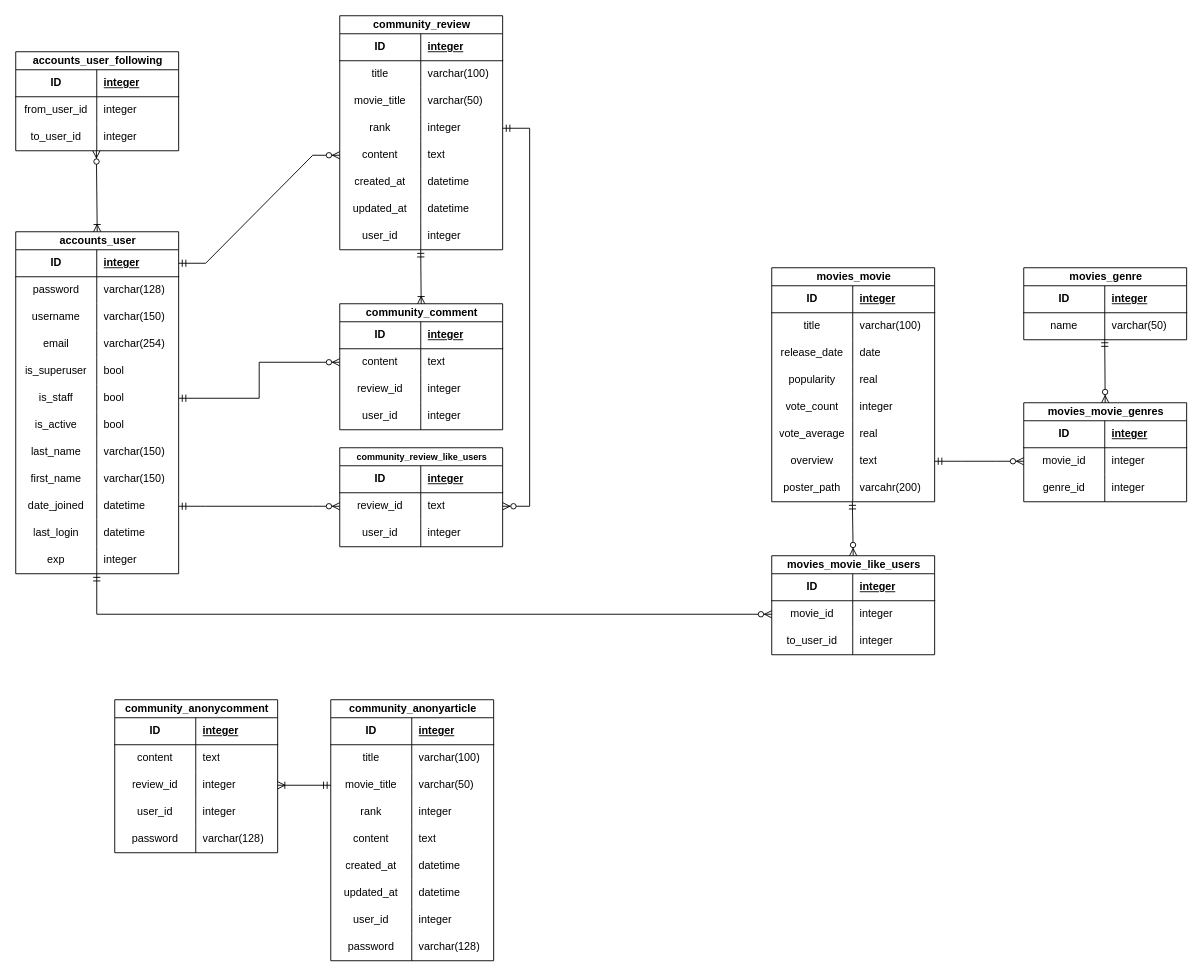
Earlier version of the draw.io diagram MOVIE_ERD.drawio (KimBeomGi/KimMovie). Source tidied: cells renumbered, new cells numbered last; positions are measured from the earlier drawing's top-left corner, leaving out a move shared by most shapes. Both pictures are drawn from the tidied source at 90%, with x=0, y=0 at pixel (15, 15).
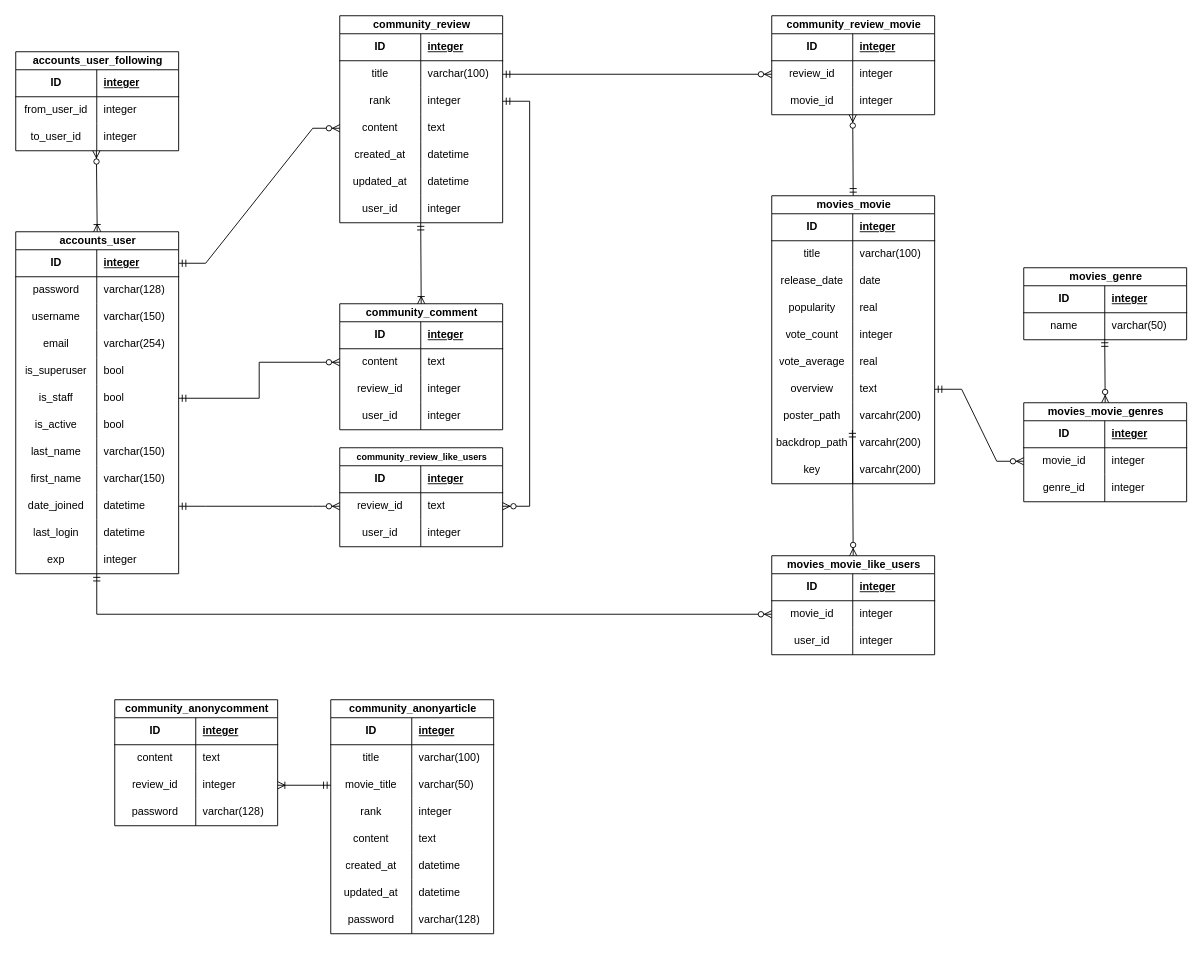
After the change.

Unchanged cells that the change refers to:
```xml
<mxCell id="68" style="shape=tableRow;horizontal=0;startSize=0;swimlaneHead=0;swimlaneBody=0;fillColor=none;points=[[0,0.5],[1,0.5]];portConstraint=eastwest;top=0;left=0;right=0;bottom=0;labelBackgroundColor=none;" parent="64" vertex="1">
  <mxGeometry y="50" width="181" height="30" as="geometry" />
</mxCell>
<mxCell id="154" style="shape=tableRow;horizontal=0;startSize=0;swimlaneHead=0;swimlaneBody=0;fillColor=none;top=0;left=0;right=0;bottom=0;labelBackgroundColor=none;" parent="147" vertex="1">
  <mxGeometry y="80" width="181" height="30" as="geometry" />
</mxCell>
```

What changed in the source:
```diff
@@
     <mxCell id="39" value="movies_movie" style="shape=table;startSize=20;childLayout=tableLayout;rowLines=0;fontStyle=1;align=center;html=1;labelBackgroundColor=none;" parent="1" vertex="1">
-      <mxGeometry x="840" y="280" width="181" height="260" as="geometry" />
+      <mxGeometry x="840" y="200" width="181" height="320" as="geometry" />
     </mxCell>
@@
+    <mxCell id="204" style="shape=tableRow;horizontal=0;startSize=0;swimlaneHead=0;swimlaneBody=0;fillColor=none;top=0;left=0;right=0;bottom=0;labelBackgroundColor=none;" parent="39" vertex="1">
+      <mxGeometry y="260" width="181" height="30" as="geometry" />
+    </mxCell>
+    <mxCell id="205" value="backdrop_path" style="shape=partialRectangle;fillColor=none;top=0;left=0;bottom=0;right=0;overflow=hidden;whiteSpace=wrap;html=1;labelBackgroundColor=none;" parent="204" vertex="1">
+      <mxGeometry width="90" height="30" as="geometry" />
+    </mxCell>
+    <mxCell id="206" value="varcahr(200)" style="shape=partialRectangle;fillColor=none;top=0;left=0;bottom=0;right=0;align=left;spacingLeft=6;overflow=hidden;whiteSpace=wrap;html=1;labelBackgroundColor=none;" parent="204" vertex="1">
+      <mxGeometry x="90" width="91" height="30" as="geometry" />
+    </mxCell>
+    <mxCell id="207" style="shape=tableRow;horizontal=0;startSize=0;swimlaneHead=0;swimlaneBody=0;fillColor=none;top=0;left=0;right=0;bottom=0;labelBackgroundColor=none;" parent="39" vertex="1">
+      <mxGeometry y="290" width="181" height="30" as="geometry" />
+    </mxCell>
+    <mxCell id="208" value="key" style="shape=partialRectangle;fillColor=none;top=0;left=0;bottom=0;right=0;overflow=hidden;whiteSpace=wrap;html=1;labelBackgroundColor=none;" parent="207" vertex="1">
+      <mxGeometry width="90" height="30" as="geometry" />
+    </mxCell>
+    <mxCell id="209" value="varcahr(200)" style="shape=partialRectangle;fillColor=none;top=0;left=0;bottom=0;right=0;align=left;spacingLeft=6;overflow=hidden;whiteSpace=wrap;html=1;labelBackgroundColor=none;" parent="207" vertex="1">
+      <mxGeometry x="90" width="91" height="30" as="geometry" />
+    </mxCell>
     <mxCell id="64" value="community_review" style="shape=table;startSize=20;childLayout=tableLayout;rowLines=0;fontStyle=1;align=center;html=1;labelBackgroundColor=none;" parent="1" vertex="1">
-      <mxGeometry x="360" width="181" height="260" as="geometry" />
+      <mxGeometry x="360" width="181" height="230" as="geometry" />
     </mxCell>
@@
-    <mxCell id="71" style="shape=tableRow;horizontal=0;startSize=0;swimlaneHead=0;swimlaneBody=0;fillColor=none;points=[[0,0.5],[1,0.5]];portConstraint=eastwest;top=0;left=0;right=0;bottom=0;labelBackgroundColor=none;" parent="64" vertex="1">
-      <mxGeometry y="80" width="181" height="30" as="geometry" />
-    </mxCell>
-    <mxCell id="72" value="movie_title" style="shape=partialRectangle;fillColor=none;top=0;left=0;bottom=0;right=0;overflow=hidden;whiteSpace=wrap;html=1;labelBackgroundColor=none;" parent="71" vertex="1">
-      <mxGeometry width="90" height="30" as="geometry" />
-    </mxCell>
-    <mxCell id="73" value="varchar(50)" style="shape=partialRectangle;fillColor=none;top=0;left=0;bottom=0;right=0;align=left;spacingLeft=6;overflow=hidden;whiteSpace=wrap;html=1;labelBackgroundColor=none;" parent="71" vertex="1">
-      <mxGeometry x="90" width="91" height="30" as="geometry" />
-    </mxCell>
     <mxCell id="74" style="shape=tableRow;horizontal=0;startSize=0;swimlaneHead=0;swimlaneBody=0;fillColor=none;points=[[0,0.5],[1,0.5]];portConstraint=eastwest;top=0;left=0;right=0;bottom=0;labelBackgroundColor=none;" parent="64" vertex="1">
-      <mxGeometry y="110" width="181" height="30" as="geometry" />
+      <mxGeometry y="80" width="181" height="30" as="geometry" />
     </mxCell>
@@
     <mxCell id="77" style="shape=tableRow;horizontal=0;startSize=0;swimlaneHead=0;swimlaneBody=0;fillColor=none;points=[[0,0.5],[1,0.5]];portConstraint=eastwest;top=0;left=0;right=0;bottom=0;labelBackgroundColor=none;" parent="64" vertex="1">
-      <mxGeometry y="140" width="181" height="30" as="geometry" />
+      <mxGeometry y="110" width="181" height="30" as="geometry" />
     </mxCell>
@@
     <mxCell id="80" style="shape=tableRow;horizontal=0;startSize=0;swimlaneHead=0;swimlaneBody=0;fillColor=none;top=0;left=0;right=0;bottom=0;labelBackgroundColor=none;" parent="64" vertex="1">
-      <mxGeometry y="170" width="181" height="30" as="geometry" />
+      <mxGeometry y="140" width="181" height="30" as="geometry" />
     </mxCell>
@@
     <mxCell id="83" style="shape=tableRow;horizontal=0;startSize=0;swimlaneHead=0;swimlaneBody=0;fillColor=none;top=0;left=0;right=0;bottom=0;labelBackgroundColor=none;" parent="64" vertex="1">
-      <mxGeometry y="200" width="181" height="30" as="geometry" />
+      <mxGeometry y="170" width="181" height="30" as="geometry" />
     </mxCell>
@@
     <mxCell id="86" style="shape=tableRow;horizontal=0;startSize=0;swimlaneHead=0;swimlaneBody=0;fillColor=none;points=[[0,0.5],[1,0.5]];portConstraint=eastwest;top=0;left=0;right=0;bottom=0;labelBackgroundColor=none;" parent="64" vertex="1">
-      <mxGeometry y="230" width="181" height="30" as="geometry" />
+      <mxGeometry y="200" width="181" height="30" as="geometry" />
     </mxCell>
@@
-    <mxCell id="155" value="to_user_id" style="shape=partialRectangle;fillColor=none;top=0;left=0;bottom=0;right=0;overflow=hidden;whiteSpace=wrap;html=1;labelBackgroundColor=none;" parent="154" vertex="1">
+    <mxCell id="155" value="user_id" style="shape=partialRectangle;fillColor=none;top=0;left=0;bottom=0;right=0;overflow=hidden;whiteSpace=wrap;html=1;labelBackgroundColor=none;" parent="154" vertex="1">
       <mxGeometry width="90" height="30" as="geometry" />
     </mxCell>
@@
     <mxCell id="159" value="community_anonyarticle" style="shape=table;startSize=20;childLayout=tableLayout;rowLines=0;fontStyle=1;align=center;html=1;labelBackgroundColor=none;" parent="1" vertex="1">
-      <mxGeometry x="350" y="760" width="181" height="290" as="geometry" />
+      <mxGeometry x="350" y="760" width="181" height="260" as="geometry" />
     </mxCell>
@@
-    <mxCell id="181" style="shape=tableRow;horizontal=0;startSize=0;swimlaneHead=0;swimlaneBody=0;fillColor=none;top=0;left=0;right=0;bottom=0;labelBackgroundColor=none;" parent="159" vertex="1">
-      <mxGeometry y="230" width="181" height="30" as="geometry" />
-    </mxCell>
-    <mxCell id="182" value="user_id" style="shape=partialRectangle;fillColor=none;top=0;left=0;bottom=0;right=0;overflow=hidden;whiteSpace=wrap;html=1;labelBackgroundColor=none;" parent="181" vertex="1">
-      <mxGeometry width="90" height="30" as="geometry" />
-    </mxCell>
-    <mxCell id="183" value="integer" style="shape=partialRectangle;fillColor=none;top=0;left=0;bottom=0;right=0;align=left;spacingLeft=6;overflow=hidden;whiteSpace=wrap;html=1;labelBackgroundColor=none;" parent="181" vertex="1">
-      <mxGeometry x="90" width="91" height="30" as="geometry" />
-    </mxCell>
     <mxCell id="184" style="shape=tableRow;horizontal=0;startSize=0;swimlaneHead=0;swimlaneBody=0;fillColor=none;top=0;left=0;right=0;bottom=0;labelBackgroundColor=none;" parent="159" vertex="1">
-      <mxGeometry y="260" width="181" height="30" as="geometry" />
+      <mxGeometry y="230" width="181" height="30" as="geometry" />
     </mxCell>
@@
     <mxCell id="187" value="community_anonycomment" style="shape=table;startSize=20;childLayout=tableLayout;rowLines=0;fontStyle=1;align=center;html=1;labelBackgroundColor=none;" parent="1" vertex="1">
-      <mxGeometry x="110" y="760" width="181" height="170" as="geometry" />
+      <mxGeometry x="110" y="760" width="181" height="140" as="geometry" />
     </mxCell>
@@
-    <mxCell id="197" style="shape=tableRow;horizontal=0;startSize=0;swimlaneHead=0;swimlaneBody=0;fillColor=none;top=0;left=0;right=0;bottom=0;labelBackgroundColor=none;" parent="187" vertex="1">
-      <mxGeometry y="110" width="181" height="30" as="geometry" />
-    </mxCell>
-    <mxCell id="198" value="user_id" style="shape=partialRectangle;fillColor=none;top=0;left=0;bottom=0;right=0;overflow=hidden;whiteSpace=wrap;html=1;labelBackgroundColor=none;" parent="197" vertex="1">
-      <mxGeometry width="90" height="30" as="geometry" />
-    </mxCell>
-    <mxCell id="199" value="integer" style="shape=partialRectangle;fillColor=none;top=0;left=0;bottom=0;right=0;align=left;spacingLeft=6;overflow=hidden;whiteSpace=wrap;html=1;labelBackgroundColor=none;" parent="197" vertex="1">
-      <mxGeometry x="90" width="91" height="30" as="geometry" />
-    </mxCell>
     <mxCell id="200" style="shape=tableRow;horizontal=0;startSize=0;swimlaneHead=0;swimlaneBody=0;fillColor=none;top=0;left=0;right=0;bottom=0;labelBackgroundColor=none;" parent="187" vertex="1">
-      <mxGeometry y="140" width="181" height="30" as="geometry" />
+      <mxGeometry y="110" width="181" height="30" as="geometry" />
     </mxCell>
@@
+    <mxCell id="210" value="community_review_movie" style="shape=table;startSize=20;childLayout=tableLayout;rowLines=0;fontStyle=1;align=center;html=1;labelBackgroundColor=none;" parent="1" vertex="1">
+      <mxGeometry x="840" width="181" height="110" as="geometry" />
+    </mxCell>
+    <mxCell id="211" style="shape=tableRow;horizontal=0;startSize=0;swimlaneHead=0;swimlaneBody=0;fillColor=none;top=0;left=0;right=0;bottom=1;labelBackgroundColor=none;" parent="210" vertex="1">
+      <mxGeometry y="20" width="181" height="30" as="geometry" />
+    </mxCell>
+    <mxCell id="212" value="ID" style="shape=partialRectangle;fillColor=none;top=0;left=0;bottom=0;right=0;fontStyle=1;overflow=hidden;whiteSpace=wrap;html=1;labelBackgroundColor=none;" parent="211" vertex="1">
+      <mxGeometry width="90" height="30" as="geometry" />
+    </mxCell>
+    <mxCell id="213" value="integer" style="shape=partialRectangle;fillColor=none;top=0;left=0;bottom=0;right=0;align=left;spacingLeft=6;fontStyle=5;overflow=hidden;whiteSpace=wrap;html=1;labelBackgroundColor=none;" parent="211" vertex="1">
+      <mxGeometry x="90" width="91" height="30" as="geometry" />
+    </mxCell>
+    <mxCell id="214" style="shape=tableRow;horizontal=0;startSize=0;swimlaneHead=0;swimlaneBody=0;fillColor=none;points=[[0,0.5],[1,0.5]];portConstraint=eastwest;top=0;left=0;right=0;bottom=0;labelBackgroundColor=none;" parent="210" vertex="1">
+      <mxGeometry y="50" width="181" height="30" as="geometry" />
+    </mxCell>
+    <mxCell id="215" value="review_id" style="shape=partialRectangle;fillColor=none;top=0;left=0;bottom=0;right=0;overflow=hidden;whiteSpace=wrap;html=1;labelBackgroundColor=none;" parent="214" vertex="1">
+      <mxGeometry width="90" height="30" as="geometry" />
+    </mxCell>
+    <mxCell id="216" value="integer" style="shape=partialRectangle;fillColor=none;top=0;left=0;bottom=0;right=0;align=left;spacingLeft=6;overflow=hidden;whiteSpace=wrap;html=1;labelBackgroundColor=none;" parent="214" vertex="1">
+      <mxGeometry x="90" width="91" height="30" as="geometry" />
+    </mxCell>
+    <mxCell id="71" style="shape=tableRow;horizontal=0;startSize=0;swimlaneHead=0;swimlaneBody=0;fillColor=none;points=[[0,0.5],[1,0.5]];portConstraint=eastwest;top=0;left=0;right=0;bottom=0;labelBackgroundColor=none;" parent="210" vertex="1">
+      <mxGeometry y="80" width="181" height="30" as="geometry" />
+    </mxCell>
+    <mxCell id="217" value="movie_id" style="shape=partialRectangle;fillColor=none;top=0;left=0;bottom=0;right=0;overflow=hidden;whiteSpace=wrap;html=1;labelBackgroundColor=none;" parent="71" vertex="1">
+      <mxGeometry width="90" height="30" as="geometry" />
+    </mxCell>
+    <mxCell id="218" value="integer" style="shape=partialRectangle;fillColor=none;top=0;left=0;bottom=0;right=0;align=left;spacingLeft=6;overflow=hidden;whiteSpace=wrap;html=1;labelBackgroundColor=none;" parent="71" vertex="1">
+      <mxGeometry x="90" width="91" height="30" as="geometry" />
+    </mxCell>
+    <mxCell id="219" style="edgeStyle=orthogonalEdgeStyle;fontSize=12;html=1;endArrow=ERzeroToMany;startArrow=ERmandOne;rounded=0;entryX=0;entryY=0.5;entryDx=0;entryDy=0;exitX=1;exitY=0.5;exitDx=0;exitDy=0;" parent="1" edge="1" source="68" target="214">
+      <mxGeometry relative="1" as="geometry" />
+    </mxCell>
+    <mxCell id="220" style="fontSize=12;html=1;endArrow=ERzeroToMany;startArrow=ERmandOne;rounded=0;exitX=0.5;exitY=0;exitDx=0;exitDy=0;entryX=0.497;entryY=1;entryDx=0;entryDy=0;entryPerimeter=0;" parent="1" edge="1" source="39" target="71">
+      <mxGeometry relative="1" as="geometry" />
+    </mxCell>
```
